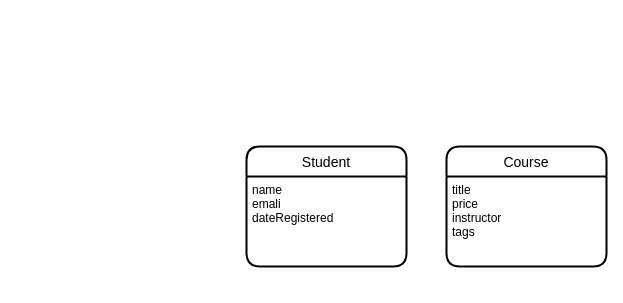
GRImmortal/MySql- keeps this draw.io diagram as Untitled Diagram.drawio. Above is the earlier version. Source tidied: cells renumbered, new cells numbered last; positions are measured from the earlier drawing's top-left corner, leaving out a move shared by most shapes. Both pictures are drawn from the tidied source at 100%, with x=0, y=0 at pixel (246, 146).
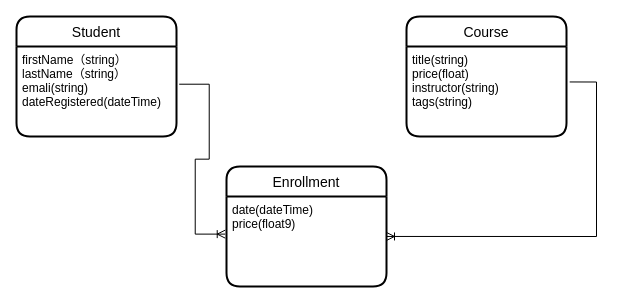
Above is the later version.

Change to the diagram source:
```diff
@@
 <mxGraphModel>
   <root>
     <mxCell id="0" />
     <mxCell id="1" parent="0" />
     <mxCell id="2" value="Student" style="swimlane;horizontal=1;startSize=30;rounded=1;fontSize=14;fontStyle=0;strokeWidth=2;shadow=0;dashed=0;align=center;" parent="1" vertex="1">
-      <mxGeometry width="160" height="120" as="geometry" />
+      <mxGeometry x="-230" y="-130" width="160" height="120" as="geometry" />
     </mxCell>
-    <mxCell id="3" value="name&#10;emali&#10;dateRegistered" style="align=left;strokeColor=none;fillColor=none;spacingLeft=4;fontSize=12;verticalAlign=top;" parent="2" vertex="1">
+    <mxCell id="3" value="firstName（string）&#10;lastName（string）&#10;emali(string)&#10;dateRegistered(dateTime)" style="align=left;strokeColor=none;fillColor=none;spacingLeft=4;fontSize=12;verticalAlign=top;" parent="2" vertex="1">
       <mxGeometry y="30" width="160" height="90" as="geometry" />
     </mxCell>
     <mxCell id="4" value="Course" style="swimlane;horizontal=1;startSize=30;rounded=1;fontSize=14;fontStyle=0;strokeWidth=2;shadow=0;dashed=0;align=center;" parent="1" vertex="1">
-      <mxGeometry x="200" width="160" height="120" as="geometry" />
+      <mxGeometry x="160" y="-130" width="160" height="120" as="geometry" />
     </mxCell>
-    <mxCell id="5" value="title&#10;price&#10;instructor&#10;tags" style="align=left;strokeColor=none;fillColor=none;spacingLeft=4;fontSize=12;verticalAlign=top;" parent="4" vertex="1">
+    <mxCell id="5" value="title(string)&#10;price(float)&#10;instructor(string)&#10;tags(string)" style="align=left;strokeColor=none;fillColor=none;spacingLeft=4;fontSize=12;verticalAlign=top;" parent="4" vertex="1">
       <mxGeometry y="30" width="160" height="90" as="geometry" />
     </mxCell>
+    <mxCell id="6" value="Enrollment" style="swimlane;horizontal=1;startSize=30;rounded=1;fontSize=14;fontStyle=0;strokeWidth=2;shadow=0;dashed=0;align=center;" parent="1" vertex="1">
+      <mxGeometry x="-20" y="20" width="160" height="120" as="geometry" />
+    </mxCell>
+    <mxCell id="7" value="date(dateTime)&#10;price(float9)&#10;" style="align=left;strokeColor=none;fillColor=none;spacingLeft=4;fontSize=12;verticalAlign=top;" parent="6" vertex="1">
+      <mxGeometry y="30" width="160" height="90" as="geometry" />
+    </mxCell>
+    <mxCell id="8" style="edgeStyle=entityRelationEdgeStyle;fontSize=12;html=1;endArrow=ERoneToMany;rounded=0;exitX=1.017;exitY=0.419;exitDx=0;exitDy=0;exitPerimeter=0;entryX=-0.008;entryY=0.418;entryDx=0;entryDy=0;entryPerimeter=0;" parent="1" edge="1" source="3" target="7">
+      <mxGeometry relative="1" as="geometry" />
+    </mxCell>
+    <mxCell id="9" style="edgeStyle=orthogonalEdgeStyle;fontSize=12;html=1;endArrow=ERoneToMany;rounded=0;exitX=1.02;exitY=0.394;exitDx=0;exitDy=0;exitPerimeter=0;entryX=1;entryY=0.444;entryDx=0;entryDy=0;entryPerimeter=0;" parent="1" edge="1" source="5" target="7">
+      <mxGeometry relative="1" as="geometry">
+        <Array as="points">
+          <mxPoint x="350" y="-65" />
+          <mxPoint x="350" y="90" />
+        </Array>
+      </mxGeometry>
+    </mxCell>
   </root>
 </mxGraphModel>
```
